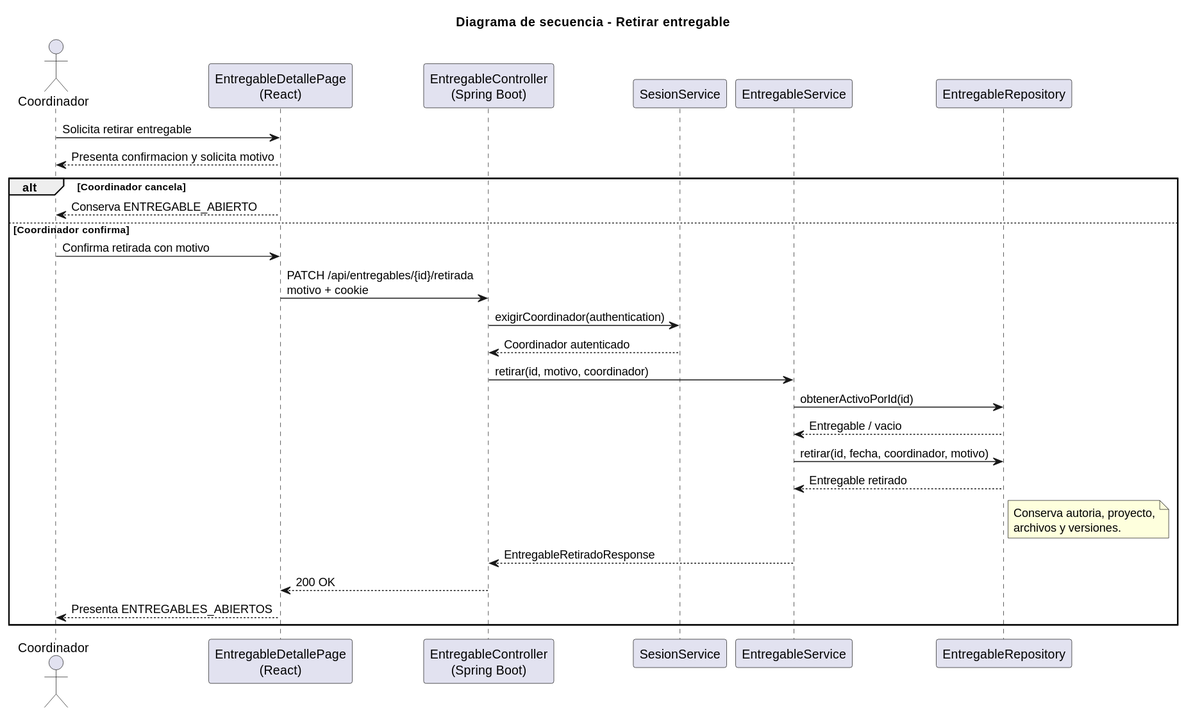
The PlantUML diagram images/RUP/02-diseño/casos-uso/coordinador/eliminarEntregable/secuencia.svg in beatriizorozco/25-26-idsw2-sdVC, before a commit.
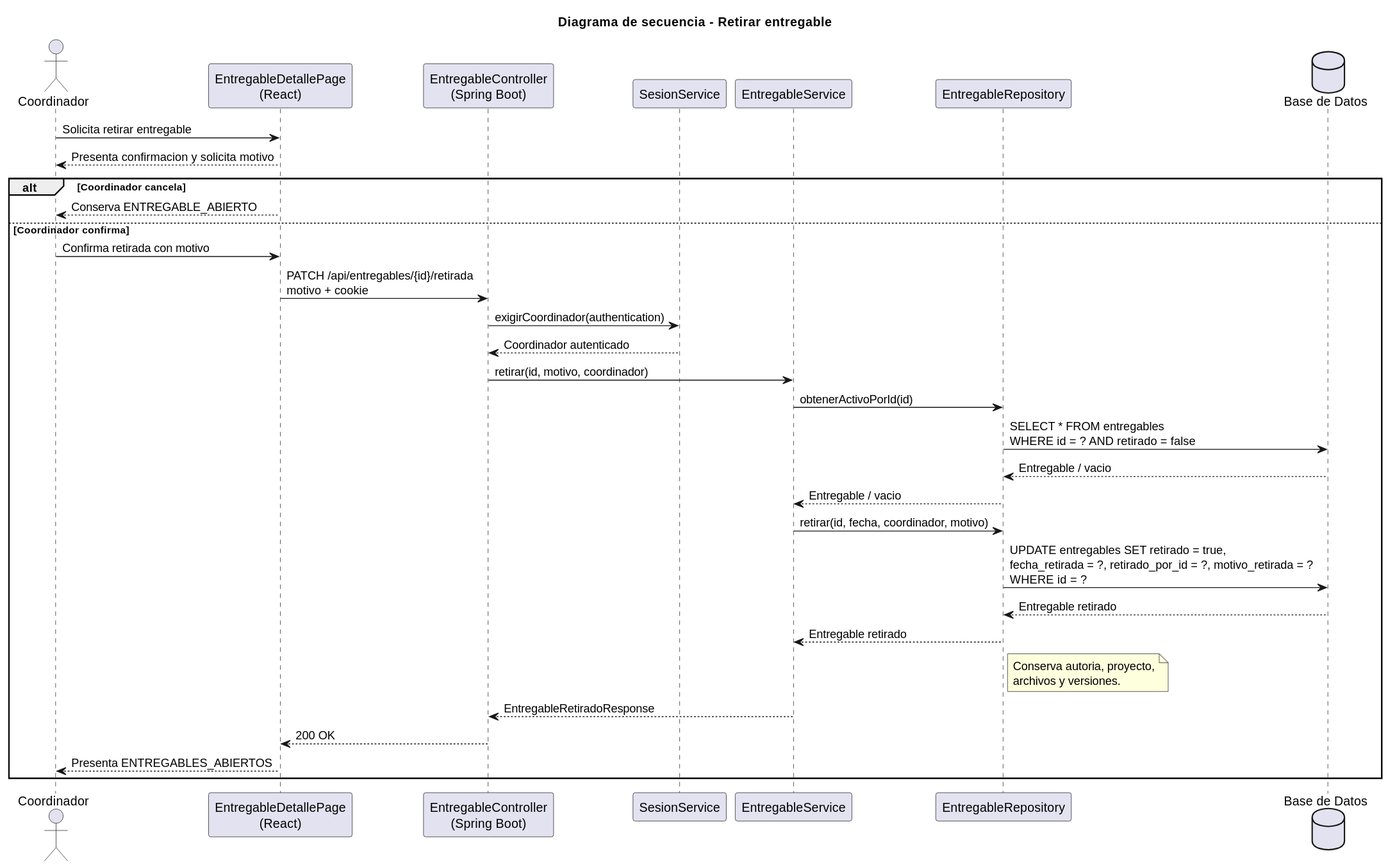
After the change.

Diff of the diagram source:
```diff
@@ -6,6 +6,7 @@
 participant "SesionService" as Sesion
 participant "EntregableService" as Service
 participant "EntregableRepository" as Repo
+database "Base de Datos" as DB
 
 Coordinador -> Frontend: Solicita retirar entregable
 Frontend --> Coordinador: Presenta confirmacion y solicita motivo
@@ -18,8 +19,12 @@
   Sesion --> Api: Coordinador autenticado
   Api -> Service: retirar(id, motivo, coordinador)
   Service -> Repo: obtenerActivoPorId(id)
+  Repo -> DB: SELECT * FROM entregables\nWHERE id = ? AND retirado = false
+  DB --> Repo: Entregable / vacio
   Repo --> Service: Entregable / vacio
   Service -> Repo: retirar(id, fecha, coordinador, motivo)
+  Repo -> DB: UPDATE entregables SET retirado = true,\nfecha_retirada = ?, retirado_por_id = ?, motivo_retirada = ?\nWHERE id = ?
+  DB --> Repo: Entregable retirado
   Repo --> Service: Entregable retirado
   note right of Repo
   Conserva autoria, proyecto,
```
